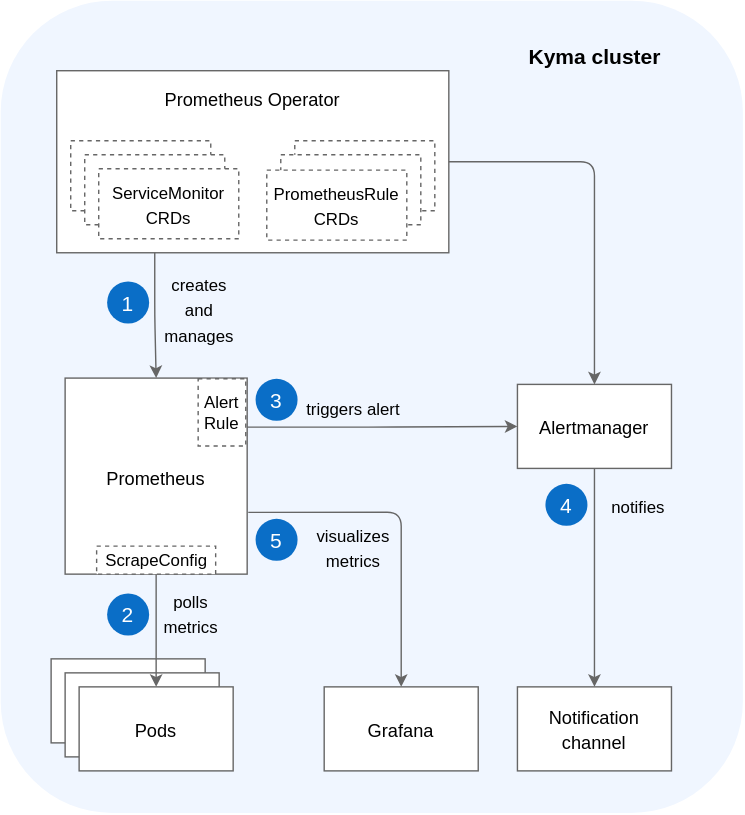
Before: docs/05-technical-reference/03-architecture/assets/obsv-monitoring-flow.svg, a diagram exported from draw.io (kyma-project/kyma). Source tidied: cells renumbered, new cells last; positions are measured from the earlier drawing's top-left corner, leaving out a move shared by most shapes.
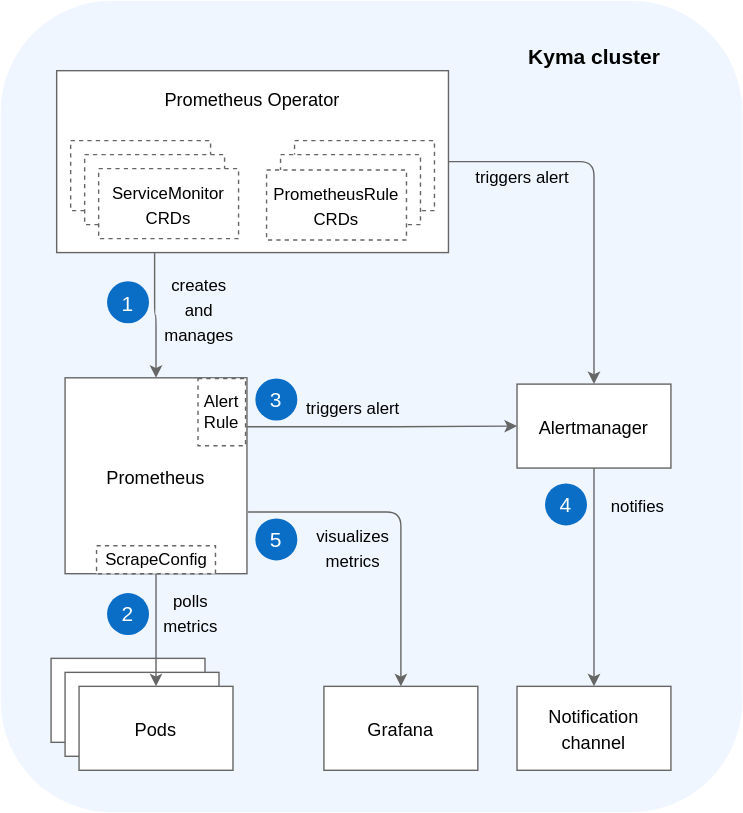
The same diagram one commit later.

What changed in the source:
```diff
@@ -106,5 +106,8 @@
         <mxPoint x="424" y="490" as="targetPoint" />
       </mxGeometry>
     </mxCell>
+    <mxCell id="36" value="&lt;font style=&quot;font-size: 12px&quot;&gt;triggers alert&lt;/font&gt;" style="text;html=1;strokeColor=none;fillColor=none;align=center;verticalAlign=middle;whiteSpace=wrap;rounded=0;fontSize=15;" parent="1" vertex="1">
+      <mxGeometry x="336" y="115" width="74" height="20" as="geometry" />
+    </mxCell>
   </root>
 </mxGraphModel>
```
